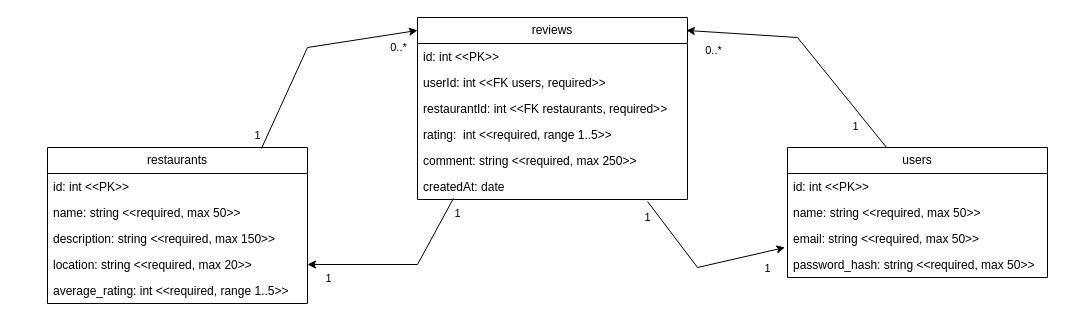
The draw.io diagram RESTAURANT_database_versio2.drawio in FZente/etterem_proj, before the edit. Source tidied: cells renumbered, new cells numbered last; positions are measured from the earlier drawing's top-left corner, leaving out a move shared by most shapes. Both pictures are drawn from the tidied source at 100%, with x=0, y=0 at pixel (47, 17).
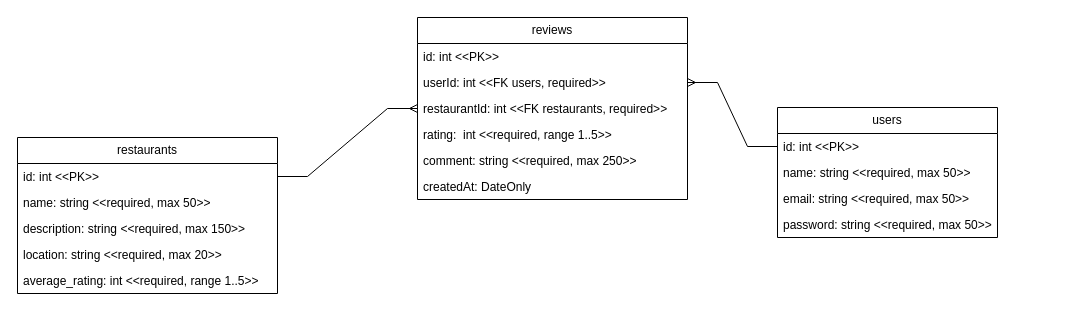
Above is the later version.

Unchanged cells that the change refers to:
```xml
<mxCell id="8" value="id: int &amp;lt;&amp;lt;PK&amp;gt;&amp;gt;" style="text;strokeColor=none;fillColor=none;align=left;verticalAlign=top;spacingLeft=4;spacingRight=4;overflow=hidden;points=[[0,0.5],[1,0.5]];portConstraint=eastwest;whiteSpace=wrap;html=1;" parent="7" vertex="1">
  <mxGeometry y="26" width="260" height="26" as="geometry" />
</mxCell>
<mxCell id="11" value="location: string &amp;lt;&amp;lt;required, max 20&amp;gt;&amp;gt;" style="text;strokeColor=none;fillColor=none;align=left;verticalAlign=top;spacingLeft=4;spacingRight=4;overflow=hidden;points=[[0,0.5],[1,0.5]];portConstraint=eastwest;whiteSpace=wrap;html=1;" parent="7" vertex="1">
  <mxGeometry y="104" width="260" height="26" as="geometry" />
</mxCell>
<mxCell id="13" value="reviews" style="swimlane;fontStyle=0;horizontal=1;startSize=26;fillColor=none;whiteSpace=wrap;html=1;" parent="1" vertex="1">
  <mxGeometry x="370" width="270" height="182" as="geometry" />
</mxCell>
<mxCell id="15" value="userId: int &amp;lt;&amp;lt;FK users, required&amp;gt;&amp;gt;" style="text;strokeColor=none;fillColor=none;align=left;verticalAlign=top;spacingLeft=4;spacingRight=4;overflow=hidden;points=[[0,0.5],[1,0.5]];portConstraint=eastwest;whiteSpace=wrap;html=1;" parent="13" vertex="1">
  <mxGeometry y="52" width="270" height="26" as="geometry" />
</mxCell>
<mxCell id="16" value="restaurantId:&amp;nbsp;int &amp;lt;&amp;lt;FK restaurants, required&amp;gt;&amp;gt;" style="text;strokeColor=none;fillColor=none;align=left;verticalAlign=top;spacingLeft=4;spacingRight=4;overflow=hidden;points=[[0,0.5],[1,0.5]];portConstraint=eastwest;whiteSpace=wrap;html=1;" parent="13" vertex="1">
  <mxGeometry y="78" width="270" height="26" as="geometry" />
</mxCell>
```

Diff of the diagram source:
```diff
@@
     <mxCell id="2" value="users" style="swimlane;fontStyle=0;horizontal=1;startSize=26;fillColor=none;whiteSpace=wrap;html=1;" parent="1" vertex="1">
-      <mxGeometry x="740" y="130" width="260" height="130" as="geometry" />
+      <mxGeometry x="730" y="90" width="220" height="130" as="geometry" />
     </mxCell>
     <mxCell id="3" value="id: int &amp;lt;&amp;lt;PK&amp;gt;&amp;gt;" style="text;strokeColor=none;fillColor=none;align=left;verticalAlign=top;spacingLeft=4;spacingRight=4;overflow=hidden;points=[[0,0.5],[1,0.5]];portConstraint=eastwest;whiteSpace=wrap;html=1;" parent="2" vertex="1">
-      <mxGeometry y="26" width="260" height="26" as="geometry" />
+      <mxGeometry y="26" width="220" height="26" as="geometry" />
     </mxCell>
     <mxCell id="4" value="name: string &amp;lt;&amp;lt;required, max 50&amp;gt;&amp;gt;" style="text;strokeColor=none;fillColor=none;align=left;verticalAlign=top;spacingLeft=4;spacingRight=4;overflow=hidden;whiteSpace=wrap;html=1;" parent="2" vertex="1">
-      <mxGeometry y="52" width="260" height="26" as="geometry" />
+      <mxGeometry y="52" width="220" height="26" as="geometry" />
     </mxCell>
     <mxCell id="5" value="email: string &amp;lt;&amp;lt;required, max 50&amp;gt;&amp;gt;" style="text;strokeColor=none;fillColor=none;align=left;verticalAlign=top;spacingLeft=4;spacingRight=4;overflow=hidden;points=[[0,0.5],[1,0.5]];portConstraint=eastwest;whiteSpace=wrap;html=1;" parent="2" vertex="1">
-      <mxGeometry y="78" width="260" height="26" as="geometry" />
+      <mxGeometry y="78" width="220" height="26" as="geometry" />
     </mxCell>
-    <mxCell id="6" value="password_hash: string &amp;lt;&amp;lt;required, max 50&amp;gt;&amp;gt;" style="text;strokeColor=none;fillColor=none;align=left;verticalAlign=top;spacingLeft=4;spacingRight=4;overflow=hidden;whiteSpace=wrap;html=1;" parent="2" vertex="1">
-      <mxGeometry y="104" width="260" height="26" as="geometry" />
+    <mxCell id="6" value="password: string &amp;lt;&amp;lt;required, max 50&amp;gt;&amp;gt;" style="text;strokeColor=none;fillColor=none;align=left;verticalAlign=top;spacingLeft=4;spacingRight=4;overflow=hidden;whiteSpace=wrap;html=1;" parent="2" vertex="1">
+      <mxGeometry y="104" width="220" height="26" as="geometry" />
     </mxCell>
     <mxCell id="7" value="restaurants" style="swimlane;fontStyle=0;horizontal=1;startSize=26;fillColor=none;whiteSpace=wrap;html=1;" parent="1" vertex="1">
-      <mxGeometry y="130" width="260" height="156" as="geometry" />
+      <mxGeometry x="-30" y="120" width="260" height="156" as="geometry" />
     </mxCell>
@@
-    <mxCell id="19" value="createdAt: date" style="text;strokeColor=none;fillColor=none;align=left;verticalAlign=top;spacingLeft=4;spacingRight=4;overflow=hidden;points=[[0,0.5],[1,0.5]];portConstraint=eastwest;whiteSpace=wrap;html=1;" parent="13" vertex="1">
+    <mxCell id="19" value="createdAt: DateOnly" style="text;strokeColor=none;fillColor=none;align=left;verticalAlign=top;spacingLeft=4;spacingRight=4;overflow=hidden;points=[[0,0.5],[1,0.5]];portConstraint=eastwest;whiteSpace=wrap;html=1;" parent="13" vertex="1">
       <mxGeometry y="156" width="270" height="26" as="geometry" />
     </mxCell>
-    <mxCell id="20" style="endArrow=classic;html=1;rounded=0;exitX=0.852;exitY=1.077;exitDx=0;exitDy=0;exitPerimeter=0;entryX=-0.01;entryY=0.846;entryDx=0;entryDy=0;entryPerimeter=0;" parent="1" edge="1" source="19" target="5">
-      <mxGeometry relative="1" as="geometry">
-        <Array as="points">
-          <mxPoint x="650" y="250" />
-        </Array>
-      </mxGeometry>
-    </mxCell>
-    <mxCell id="21" value="1" style="edgeLabel;html=1;align=center;verticalAlign=middle;" parent="20" vertex="1">
-      <mxGeometry x="-0.77" y="1" relative="1" as="geometry">
-        <mxPoint x="-13" as="offset" />
-      </mxGeometry>
-    </mxCell>
-    <mxCell id="22" value="1" style="edgeLabel;html=1;align=center;verticalAlign=middle;" parent="20" vertex="1">
-      <mxGeometry x="0.79" y="1" relative="1" as="geometry">
-        <mxPoint y="17" as="offset" />
-      </mxGeometry>
-    </mxCell>
-    <mxCell id="23" style="endArrow=classic;html=1;rounded=0;exitX=0.381;exitY=0;exitDx=0;exitDy=0;exitPerimeter=0;entryX=0.996;entryY=0.071;entryDx=0;entryDy=0;entryPerimeter=0;" parent="1" edge="1" source="2" target="13">
-      <mxGeometry relative="1" as="geometry">
-        <Array as="points">
-          <mxPoint x="750" y="20" />
-        </Array>
-      </mxGeometry>
-    </mxCell>
-    <mxCell id="24" value="1" style="edgeLabel;html=1;align=center;verticalAlign=middle;" parent="23" vertex="1">
-      <mxGeometry x="-0.77" y="1" relative="1" as="geometry">
-        <mxPoint x="-13" as="offset" />
-      </mxGeometry>
-    </mxCell>
-    <mxCell id="25" value="0..*" style="edgeLabel;html=1;align=center;verticalAlign=middle;" parent="23" vertex="1">
-      <mxGeometry x="0.79" y="1" relative="1" as="geometry">
-        <mxPoint y="17" as="offset" />
-      </mxGeometry>
-    </mxCell>
-    <mxCell id="26" style="endArrow=classic;html=1;rounded=0;exitX=0.823;exitY=0.006;exitDx=0;exitDy=0;exitPerimeter=0;entryX=0;entryY=0.071;entryDx=0;entryDy=0;entryPerimeter=0;" parent="1" edge="1" source="7" target="13">
-      <mxGeometry relative="1" as="geometry">
-        <Array as="points">
-          <mxPoint x="260" y="30" />
-        </Array>
-      </mxGeometry>
-    </mxCell>
-    <mxCell id="27" value="1" style="edgeLabel;html=1;align=center;verticalAlign=middle;" parent="26" vertex="1">
-      <mxGeometry x="-0.87" y="2" relative="1" as="geometry">
-        <mxPoint x="-8" as="offset" />
-      </mxGeometry>
-    </mxCell>
-    <mxCell id="28" value="0..*" style="edgeLabel;html=1;align=center;verticalAlign=middle;" parent="26" vertex="1">
-      <mxGeometry x="0.85" y="1" relative="1" as="geometry">
-        <mxPoint x="-3" y="15" as="offset" />
-      </mxGeometry>
-    </mxCell>
-    <mxCell id="29" style="endArrow=classic;html=1;rounded=0;exitX=0.133;exitY=0.962;exitDx=0;exitDy=0;exitPerimeter=0;entryX=1;entryY=0.5;entryDx=0;entryDy=0;" parent="1" edge="1" source="19" target="11">
-      <mxGeometry relative="1" as="geometry">
-        <Array as="points">
-          <mxPoint x="370" y="247" />
-        </Array>
-      </mxGeometry>
-    </mxCell>
-    <mxCell id="30" value="1" style="edgeLabel;html=1;align=center;verticalAlign=middle;" parent="29" vertex="1">
-      <mxGeometry x="-0.81" y="2" relative="1" as="geometry">
-        <mxPoint x="10" y="-2" as="offset" />
-      </mxGeometry>
-    </mxCell>
-    <mxCell id="31" value="1" style="edgeLabel;html=1;align=center;verticalAlign=middle;" parent="29" vertex="1">
-      <mxGeometry x="0.74" y="1" relative="1" as="geometry">
-        <mxPoint x="-4" y="12" as="offset" />
-      </mxGeometry>
-    </mxCell>
+    <mxCell id="32" style="edgeStyle=entityRelationEdgeStyle;fontSize=12;html=1;endArrow=ERmany;rounded=0;exitX=1;exitY=0.5;exitDx=0;exitDy=0;entryX=0;entryY=0.5;entryDx=0;entryDy=0;" parent="1" edge="1" source="8" target="16">
+      <mxGeometry relative="1" as="geometry" />
+    </mxCell>
+    <mxCell id="33" style="edgeStyle=entityRelationEdgeStyle;fontSize=12;html=1;endArrow=ERmany;rounded=0;exitX=0;exitY=0.5;exitDx=0;exitDy=0;entryX=1;entryY=0.5;entryDx=0;entryDy=0;" parent="1" edge="1" source="3" target="15">
+      <mxGeometry relative="1" as="geometry" />
+    </mxCell>
```
